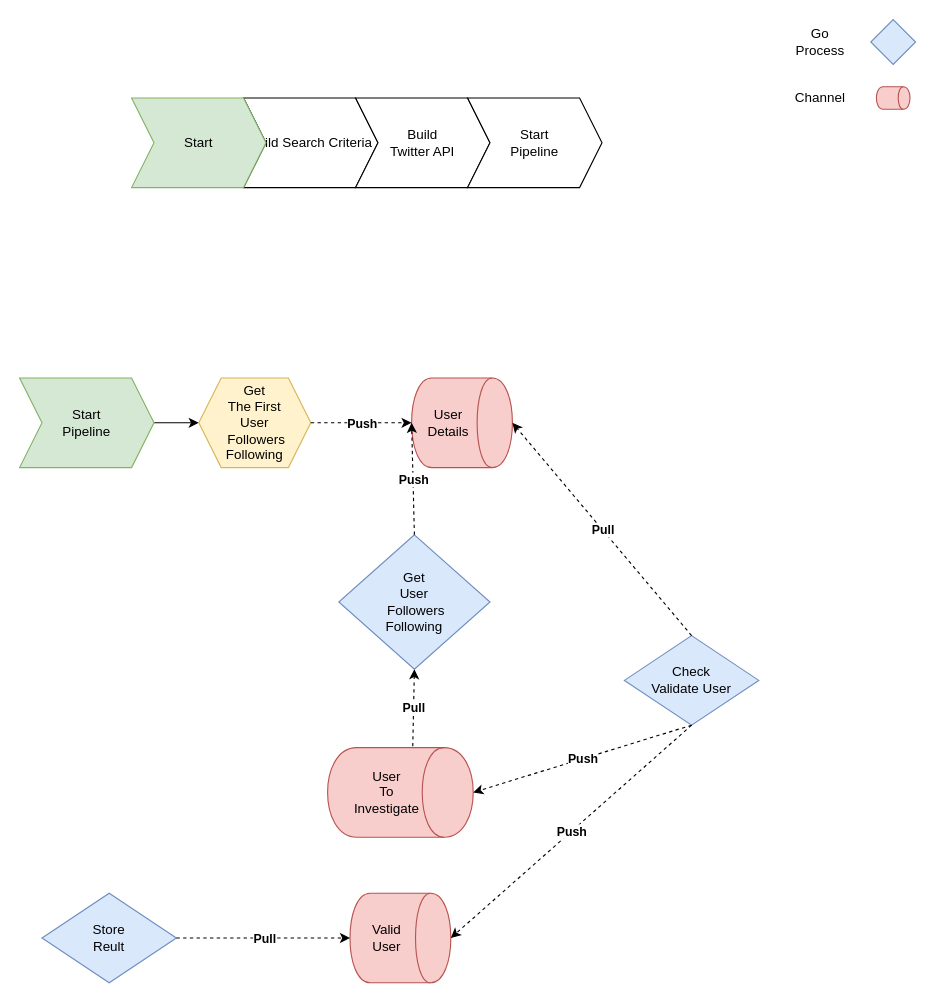
The draw.io diagram docs/system-flow2.drawio in tarekbadrsh/twfinder, before the edit. Source tidied: cells renumbered, new cells numbered last; positions are measured from the earlier drawing's top-left corner, leaving out a move shared by most shapes. Both pictures are drawn from the tidied source at 112%, with x=0, y=0 at pixel (19, 19).
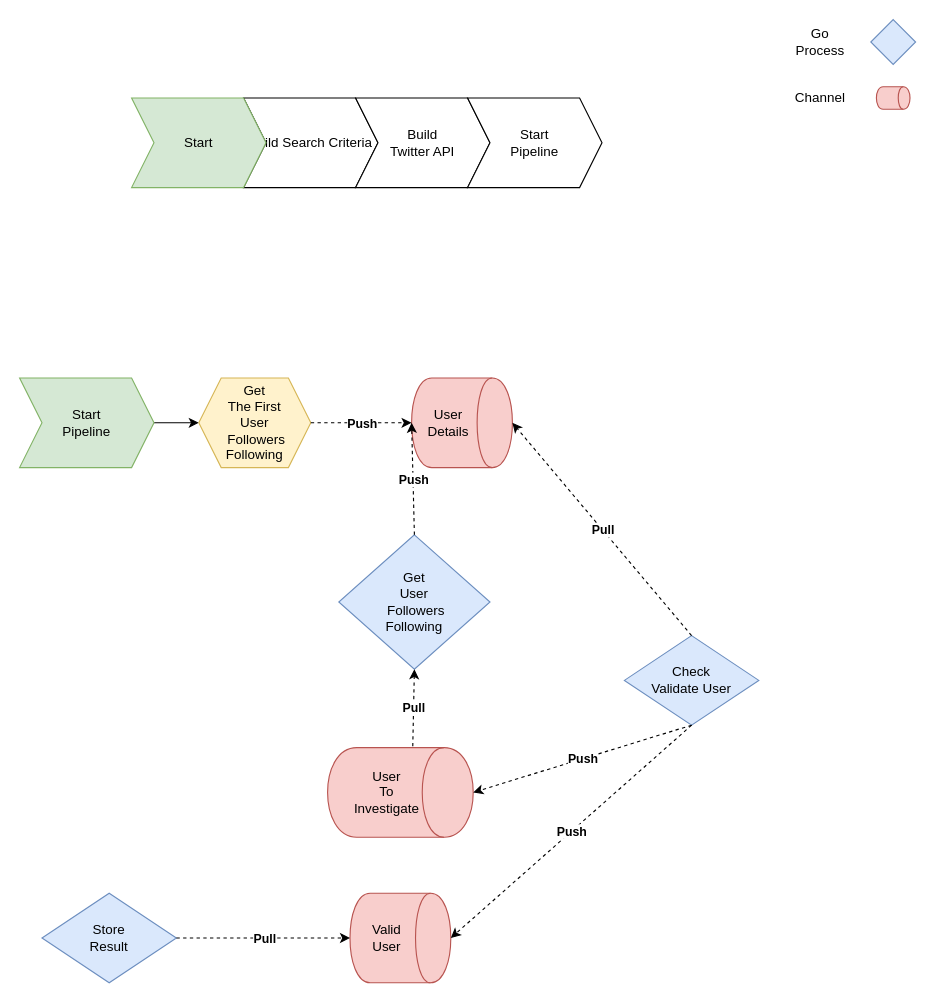
After the change.

What changed in the source:
```diff
@@
-    <mxCell id="23" value="&lt;div&gt;Store&lt;/div&gt;&lt;div&gt;Reult&lt;br&gt;&lt;/div&gt;" style="rhombus;whiteSpace=wrap;html=1;fillColor=#dae8fc;strokeColor=#6c8ebf;" parent="1" vertex="1">
+    <mxCell id="23" value="&lt;div&gt;Store&lt;/div&gt;&lt;div&gt;Result&lt;br&gt;&lt;/div&gt;" style="rhombus;whiteSpace=wrap;html=1;fillColor=#dae8fc;strokeColor=#6c8ebf;" parent="1" vertex="1">
       <mxGeometry x="20" y="780" width="120" height="80" as="geometry" />
     </mxCell>
```
